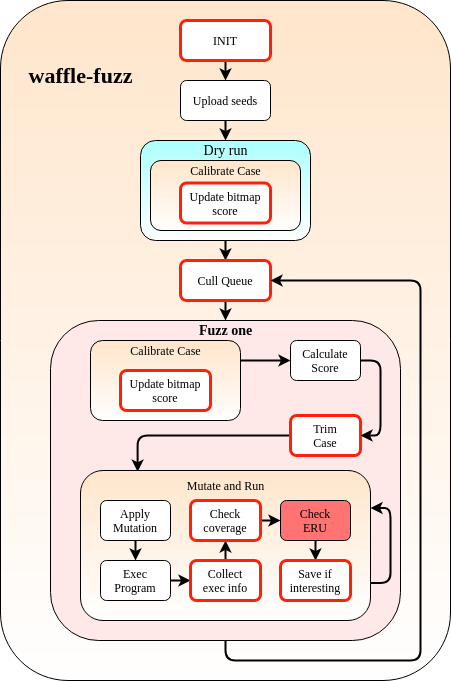
Before: Images/Chapter3/waffle-fuzz-proc.png, a diagram exported from draw.io (behnamarbab/masterthesis). Source tidied: cells renumbered, new cells last; positions are measured from the earlier drawing's top-left corner, leaving out a move shared by most shapes.
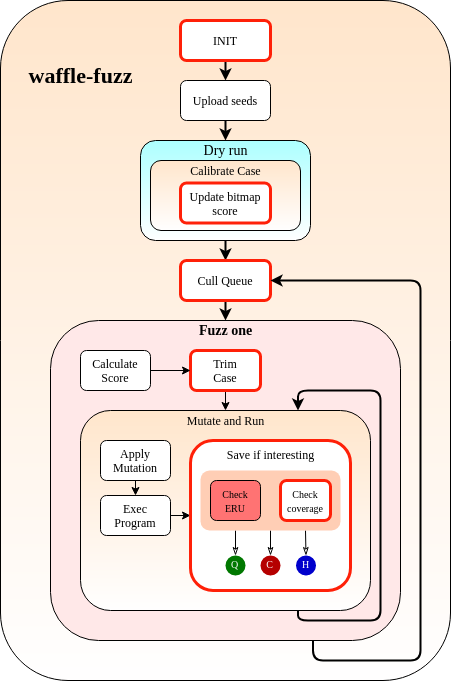
After the change.

The edit, as a diff of the source:
```diff
@@ -29,10 +29,10 @@
     <mxCell id="10" value="Cull Queue" style="rounded=1;whiteSpace=wrap;html=1;fontFamily=Georgia;strokeColor=#FF2008;strokeWidth=3;glass=0;sketch=0;shadow=0;" parent="1" vertex="1">
       <mxGeometry x="180" y="260" width="90" height="40" as="geometry" />
     </mxCell>
-    <mxCell id="11" style="edgeStyle=orthogonalEdgeStyle;jettySize=auto;html=1;exitX=0.5;exitY=1;exitDx=0;exitDy=0;entryX=1;entryY=0.5;entryDx=0;entryDy=0;rounded=1;strokeWidth=2;" parent="1" edge="1" source="12" target="10">
+    <mxCell id="11" style="edgeStyle=orthogonalEdgeStyle;jettySize=auto;html=1;exitX=0.75;exitY=1;exitDx=0;exitDy=0;entryX=1;entryY=0.5;entryDx=0;entryDy=0;rounded=1;strokeWidth=2;" parent="1" edge="1" source="12" target="10">
       <mxGeometry relative="1" as="geometry">
         <Array as="points">
-          <mxPoint x="225" y="660" />
+          <mxPoint x="313" y="660" />
           <mxPoint x="420" y="660" />
           <mxPoint x="420" y="280" />
         </Array>
@@ -41,64 +41,36 @@
     <mxCell id="12" style="rounded=1;whiteSpace=wrap;html=1;fontFamily=Georgia;fillColor=#FFE8E8;" parent="1" vertex="1">
       <mxGeometry x="50" y="320" width="350" height="320" as="geometry" />
     </mxCell>
-    <mxCell id="13" style="edgeStyle=orthogonalEdgeStyle;rounded=1;jettySize=auto;html=1;exitX=1;exitY=0.25;exitDx=0;exitDy=0;entryX=0;entryY=0.5;entryDx=0;entryDy=0;strokeWidth=2;" parent="1" edge="1" source="14" target="18">
-      <mxGeometry relative="1" as="geometry" />
-    </mxCell>
-    <mxCell id="14" style="rounded=1;whiteSpace=wrap;html=1;fontFamily=Georgia;fillColor=#FFE6CC;gradientColor=#ffffff;" parent="1" vertex="1">
-      <mxGeometry x="90" y="340" width="150" height="80" as="geometry" />
-    </mxCell>
-    <mxCell id="15" style="edgeStyle=orthogonalEdgeStyle;rounded=1;jettySize=auto;html=1;exitX=0;exitY=0.5;exitDx=0;exitDy=0;strokeWidth=2;entryX=0.197;entryY=0.008;entryDx=0;entryDy=0;entryPerimeter=0;" parent="1" edge="1" source="16" target="19">
-      <mxGeometry relative="1" as="geometry">
-        <Array as="points">
-          <mxPoint x="137" y="435" />
-        </Array>
-      </mxGeometry>
+    <mxCell id="15" style="edgeStyle=orthogonalEdgeStyle;rounded=1;jettySize=auto;html=1;exitX=0.5;exitY=1;exitDx=0;exitDy=0;entryX=0.5;entryY=0;entryDx=0;entryDy=0;fontFamily=Georgia;fontSize=14;fontColor=#FFFFFF;endArrow=classic;endFill=1;startSize=6;strokeWidth=1;" parent="1" edge="1" source="16" target="19">
+      <mxGeometry relative="1" as="geometry" />
     </mxCell>
     <mxCell id="16" value="Trim&lt;br&gt;Case" style="rounded=1;whiteSpace=wrap;html=1;fontFamily=Georgia;strokeColor=#FF2008;strokeWidth=3;" parent="1" vertex="1">
-      <mxGeometry x="290" y="415" width="70" height="40" as="geometry" />
+      <mxGeometry x="190" y="350" width="70" height="40" as="geometry" />
     </mxCell>
-    <mxCell id="17" style="edgeStyle=orthogonalEdgeStyle;rounded=1;jettySize=auto;html=1;exitX=1;exitY=0.5;exitDx=0;exitDy=0;entryX=1;entryY=0.5;entryDx=0;entryDy=0;strokeWidth=2;" parent="1" edge="1" source="18" target="16">
+    <mxCell id="17" style="edgeStyle=orthogonalEdgeStyle;rounded=1;jettySize=auto;html=1;exitX=1;exitY=0.5;exitDx=0;exitDy=0;entryX=0;entryY=0.5;entryDx=0;entryDy=0;fontFamily=Georgia;fontSize=14;fontColor=#FFFFFF;endArrow=classic;endFill=1;startSize=6;strokeWidth=1;" parent="1" edge="1" source="18" target="16">
       <mxGeometry relative="1" as="geometry" />
     </mxCell>
     <mxCell id="18" value="Calculate&lt;br&gt;Score" style="rounded=1;whiteSpace=wrap;html=1;fontFamily=Georgia;" parent="1" vertex="1">
-      <mxGeometry x="290" y="340" width="70" height="40" as="geometry" />
+      <mxGeometry x="80" y="350" width="70" height="40" as="geometry" />
     </mxCell>
     <mxCell id="19" style="rounded=1;whiteSpace=wrap;html=1;fillColor=#FFE6CC;gradientColor=#ffffff;fontFamily=Georgia;" parent="1" vertex="1">
-      <mxGeometry x="80" y="470" width="290" height="150" as="geometry" />
+      <mxGeometry x="80" y="410" width="290" height="200" as="geometry" />
     </mxCell>
-    <mxCell id="20" style="edgeStyle=orthogonalEdgeStyle;rounded=0;jettySize=auto;html=1;exitX=0.5;exitY=1;exitDx=0;exitDy=0;entryX=0.5;entryY=0;entryDx=0;entryDy=0;strokeWidth=2;" parent="1" edge="1" source="21" target="23">
+    <mxCell id="20" style="edgeStyle=orthogonalEdgeStyle;rounded=1;jettySize=auto;html=1;exitX=0.5;exitY=1;exitDx=0;exitDy=0;entryX=0.5;entryY=0;entryDx=0;entryDy=0;fontFamily=Georgia;fontSize=14;fontColor=#FFFFFF;endArrow=classic;endFill=1;startSize=6;strokeWidth=1;" parent="1" edge="1" source="21" target="23">
       <mxGeometry relative="1" as="geometry" />
     </mxCell>
     <mxCell id="21" value="Apply&lt;br&gt;Mutation" style="rounded=1;whiteSpace=wrap;html=1;fontFamily=Georgia;" parent="1" vertex="1">
-      <mxGeometry x="100" y="500" width="70" height="40" as="geometry" />
+      <mxGeometry x="100" y="440" width="70" height="40" as="geometry" />
     </mxCell>
-    <mxCell id="22" style="edgeStyle=orthogonalEdgeStyle;rounded=0;jettySize=auto;html=1;exitX=1;exitY=0.5;exitDx=0;exitDy=0;entryX=0;entryY=0.5;entryDx=0;entryDy=0;strokeWidth=2;" parent="1" edge="1" source="23" target="25">
-      <mxGeometry relative="1" as="geometry" />
-    </mxCell>
+    <mxCell id="41" style="edgeStyle=orthogonalEdgeStyle;rounded=1;jettySize=auto;html=1;exitX=1;exitY=0.5;exitDx=0;exitDy=0;entryX=0;entryY=0.5;entryDx=0;entryDy=0;fontFamily=Georgia;fontSize=14;fontColor=#FFFFFF;endArrow=classic;endFill=1;startSize=6;strokeWidth=1;" parent="1" edge="1" source="23" target="28">
+      <mxGeometry relative="1" as="geometry" />
+    </mxCell>
     <mxCell id="23" value="Exec&lt;br&gt;Program" style="rounded=1;whiteSpace=wrap;html=1;fontFamily=Georgia;" parent="1" vertex="1">
-      <mxGeometry x="100" y="560" width="70" height="40" as="geometry" />
+      <mxGeometry x="100" y="495" width="70" height="40" as="geometry" />
     </mxCell>
-    <mxCell id="24" style="edgeStyle=orthogonalEdgeStyle;rounded=0;jettySize=auto;html=1;exitX=0.5;exitY=0;exitDx=0;exitDy=0;entryX=0.5;entryY=1;entryDx=0;entryDy=0;strokeWidth=2;" parent="1" edge="1" source="25" target="30">
-      <mxGeometry relative="1" as="geometry" />
-    </mxCell>
-    <mxCell id="25" value="Collect&lt;br&gt;exec info" style="rounded=1;whiteSpace=wrap;html=1;fontFamily=Georgia;strokeColor=#FF2008;strokeWidth=3;" parent="1" vertex="1">
-      <mxGeometry x="190" y="560" width="70" height="40" as="geometry" />
-    </mxCell>
-    <mxCell id="26" style="edgeStyle=orthogonalEdgeStyle;rounded=1;jettySize=auto;html=1;exitX=0.5;exitY=1;exitDx=0;exitDy=0;entryX=0.5;entryY=0;entryDx=0;entryDy=0;fontFamily=Georgia;fontSize=14;strokeWidth=2;" parent="1" edge="1" source="27" target="28">
-      <mxGeometry relative="1" as="geometry" />
-    </mxCell>
-    <mxCell id="27" value="Check&lt;br&gt;ERU" style="rounded=1;whiteSpace=wrap;html=1;fontFamily=Georgia;fillColor=#FF7373;" parent="1" vertex="1">
-      <mxGeometry x="280" y="500" width="70" height="40" as="geometry" />
-    </mxCell>
-    <mxCell id="28" value="Save if&lt;br&gt;interesting" style="rounded=1;whiteSpace=wrap;html=1;fontFamily=Georgia;strokeColor=#FF2008;strokeWidth=3;" parent="1" vertex="1">
-      <mxGeometry x="280" y="560" width="70" height="40" as="geometry" />
+    <mxCell id="28" style="rounded=1;whiteSpace=wrap;html=1;fontFamily=Georgia;strokeColor=#FF2008;strokeWidth=3;" parent="1" vertex="1">
+      <mxGeometry x="190" y="440" width="160" height="150" as="geometry" />
     </mxCell>
-    <mxCell id="29" style="edgeStyle=orthogonalEdgeStyle;rounded=1;jettySize=auto;html=1;exitX=1;exitY=0.5;exitDx=0;exitDy=0;entryX=0;entryY=0.5;entryDx=0;entryDy=0;fontFamily=Georgia;fontSize=14;strokeWidth=2;" parent="1" edge="1" source="30" target="27">
-      <mxGeometry relative="1" as="geometry" />
-    </mxCell>
-    <mxCell id="30" value="Check coverage" style="rounded=1;whiteSpace=wrap;html=1;fontFamily=Georgia;strokeColor=#FF2008;strokeWidth=3;" parent="1" vertex="1">
-      <mxGeometry x="190" y="500" width="70" height="40" as="geometry" />
-    </mxCell>
     <mxCell id="31" value="&lt;font style=&quot;line-height: 100% ; font-size: 22px&quot;&gt;waffle-fuzz&lt;/font&gt;" style="text;html=1;align=center;verticalAlign=middle;strokeColor=none;fontFamily=Georgia;strokeWidth=1;fontSize=16;fontStyle=1;rotation=0;" parent="1" vertex="1">
       <mxGeometry x="20" y="60" width="120" height="30" as="geometry" />
     </mxCell>
@@ -106,17 +78,8 @@
       <mxGeometry x="190" y="320" width="70" height="20" as="geometry" />
     </mxCell>
     <mxCell id="33" value="Mutate and Run" style="text;html=1;align=center;verticalAlign=middle;strokeColor=none;fontFamily=Georgia;" parent="1" vertex="1">
-      <mxGeometry x="180" y="475" width="90" height="20" as="geometry" />
+      <mxGeometry x="180" y="410" width="90" height="20" as="geometry" />
     </mxCell>
-    <mxCell id="34" value="Calibrate Case" style="text;html=1;align=center;verticalAlign=middle;strokeColor=none;fontFamily=Georgia;" parent="1" vertex="1">
-      <mxGeometry x="120" y="340" width="90" height="20" as="geometry" />
-    </mxCell>
-    <mxCell id="35" value="Update bitmap&lt;br&gt;score" style="rounded=1;whiteSpace=wrap;html=1;fontFamily=Georgia;strokeColor=#FF2008;strokeWidth=3;" parent="1" vertex="1">
-      <mxGeometry x="120" y="370" width="90" height="40" as="geometry" />
-    </mxCell>
-    <mxCell id="36" style="edgeStyle=orthogonalEdgeStyle;rounded=1;orthogonalLoop=1;jettySize=auto;html=1;exitX=1;exitY=0.75;exitDx=0;exitDy=0;entryX=1;entryY=0.25;entryDx=0;entryDy=0;fontSize=14;strokeWidth=2;" parent="1" edge="1" source="19" target="19">
-      <mxGeometry relative="1" as="geometry" />
-    </mxCell>
     <mxCell id="37" style="rounded=1;whiteSpace=wrap;html=1;fontFamily=Georgia;fillColor=#FFE6CC;gradientColor=#ffffff;" parent="1" vertex="1">
       <mxGeometry x="150" y="160" width="150" height="70" as="geometry" />
     </mxCell>
@@ -129,5 +92,63 @@
     <mxCell id="40" value="Dry run" style="text;html=1;align=center;verticalAlign=middle;points=[];strokeColor=none;fontSize=14;fontFamily=Georgia;" parent="1" vertex="1">
       <mxGeometry x="195" y="140" width="60" height="20" as="geometry" />
     </mxCell>
+    <mxCell id="42" style="edgeStyle=orthogonalEdgeStyle;rounded=1;jettySize=auto;html=1;exitX=0.25;exitY=1;exitDx=0;exitDy=0;entryX=0.5;entryY=0;entryDx=0;entryDy=0;fontFamily=Georgia;fontSize=14;fontColor=#FFFFFF;strokeWidth=1;startSize=6;endArrow=classicThin;endFill=0;" parent="1" edge="1" source="45" target="47">
+      <mxGeometry relative="1" as="geometry" />
+    </mxCell>
+    <mxCell id="43" style="edgeStyle=orthogonalEdgeStyle;rounded=1;jettySize=auto;html=1;exitX=0.5;exitY=1;exitDx=0;exitDy=0;entryX=0.5;entryY=0;entryDx=0;entryDy=0;fontFamily=Georgia;fontSize=14;fontColor=#FFFFFF;endArrow=classicThin;endFill=0;startSize=6;strokeWidth=1;" parent="1" edge="1" source="45" target="50">
+      <mxGeometry relative="1" as="geometry" />
+    </mxCell>
+    <mxCell id="44" style="edgeStyle=orthogonalEdgeStyle;rounded=1;jettySize=auto;html=1;exitX=0.75;exitY=1;exitDx=0;exitDy=0;entryX=0.5;entryY=0;entryDx=0;entryDy=0;fontFamily=Georgia;fontSize=14;fontColor=#FFFFFF;endArrow=classicThin;endFill=0;startSize=6;strokeWidth=1;" parent="1" edge="1" source="45" target="53">
+      <mxGeometry relative="1" as="geometry" />
+    </mxCell>
+    <mxCell id="45" style="rounded=1;whiteSpace=wrap;html=1;shadow=0;glass=0;labelBackgroundColor=none;sketch=0;fontFamily=Georgia;fontSize=14;fontColor=#FFFFFF;strokeWidth=1;gradientColor=none;strokeColor=none;fillColor=#FFCEB5;" parent="1" vertex="1">
+      <mxGeometry x="200" y="470" width="140" height="60" as="geometry" />
+    </mxCell>
+    <mxCell id="30" value="&lt;font style=&quot;line-height: 80% ; font-size: 10px&quot;&gt;Check coverage&lt;/font&gt;" style="rounded=1;whiteSpace=wrap;html=1;fontFamily=Georgia;strokeColor=#FF2008;strokeWidth=3;spacingTop=0;" parent="1" vertex="1">
+      <mxGeometry x="280" y="480" width="50" height="40" as="geometry" />
+    </mxCell>
+    <mxCell id="27" value="&lt;font style=&quot;font-size: 10px&quot;&gt;Check&lt;br&gt;ERU&lt;/font&gt;" style="rounded=1;whiteSpace=wrap;html=1;fontFamily=Georgia;fillColor=#FF7373;" parent="1" vertex="1">
+      <mxGeometry x="210" y="480" width="50" height="40" as="geometry" />
+    </mxCell>
+    <mxCell id="46" style="group;" parent="1" vertex="1">
+      <mxGeometry x="224" y="553" width="21" height="22" as="geometry" />
+    </mxCell>
+    <mxCell id="47" style="ellipse;whiteSpace=wrap;html=1;shadow=0;glass=0;labelBackgroundColor=none;sketch=0;fontFamily=Georgia;fontSize=14;fontColor=#FFFFFF;strokeWidth=1;gradientColor=none;strokeColor=none;fillColor=#007800;" parent="46" vertex="1">
+      <mxGeometry x="1" y="2" width="20" height="20" as="geometry" />
+    </mxCell>
+    <mxCell id="48" value="&lt;font size=&quot;1&quot;&gt;Q&lt;/font&gt;" style="text;html=1;align=center;verticalAlign=middle;strokeColor=none;fontSize=14;fontFamily=Georgia;fontColor=#FFFFFF;" parent="46" vertex="1">
+      <mxGeometry width="20" height="20" as="geometry" />
+    </mxCell>
+    <mxCell id="49" style="group;" parent="1" vertex="1">
+      <mxGeometry x="259" y="553" width="21" height="22" as="geometry" />
+    </mxCell>
+    <mxCell id="50" style="ellipse;whiteSpace=wrap;html=1;shadow=0;glass=0;labelBackgroundColor=none;sketch=0;fontFamily=Georgia;fontSize=14;fontColor=#FFFFFF;strokeWidth=1;gradientColor=none;strokeColor=none;fillColor=#B50000;" parent="49" vertex="1">
+      <mxGeometry x="1" y="2" width="20" height="20" as="geometry" />
+    </mxCell>
+    <mxCell id="51" value="&lt;font size=&quot;1&quot;&gt;C&lt;/font&gt;" style="text;html=1;align=center;verticalAlign=middle;strokeColor=none;fontSize=14;fontFamily=Georgia;fontColor=#FFFFFF;" parent="49" vertex="1">
+      <mxGeometry width="20" height="20" as="geometry" />
+    </mxCell>
+    <mxCell id="52" style="group;" parent="1" vertex="1">
+      <mxGeometry x="294.5" y="553" width="21" height="22" as="geometry" />
+    </mxCell>
+    <mxCell id="53" style="ellipse;whiteSpace=wrap;html=1;shadow=0;glass=0;labelBackgroundColor=none;sketch=0;fontFamily=Georgia;fontSize=14;fontColor=#FFFFFF;strokeWidth=1;gradientColor=none;strokeColor=none;fillColor=#0000CC;" parent="52" vertex="1">
+      <mxGeometry x="1" y="2" width="20" height="20" as="geometry" />
+    </mxCell>
+    <mxCell id="54" value="&lt;font size=&quot;1&quot;&gt;H&lt;/font&gt;" style="text;html=1;align=center;verticalAlign=middle;strokeColor=none;fontSize=14;fontFamily=Georgia;fontColor=#FFFFFF;" parent="52" vertex="1">
+      <mxGeometry width="20" height="20" as="geometry" />
+    </mxCell>
+    <mxCell id="55" value="&lt;font color=&quot;#000000&quot; style=&quot;font-size: 12px&quot;&gt;Save if interesting&lt;/font&gt;" style="text;html=1;align=center;verticalAlign=middle;strokeColor=none;fontSize=14;fontFamily=Georgia;fontColor=#FFFFFF;" parent="1" vertex="1">
+      <mxGeometry x="219.5" y="444" width="100" height="20" as="geometry" />
+    </mxCell>
+    <mxCell id="36" style="edgeStyle=orthogonalEdgeStyle;rounded=1;orthogonalLoop=1;jettySize=auto;html=1;exitX=0.75;exitY=1;exitDx=0;exitDy=0;entryX=0.75;entryY=0;entryDx=0;entryDy=0;fontFamily=Georgia;fontSize=14;fontColor=#FFFFFF;endArrow=classic;endFill=1;startSize=6;strokeWidth=2;" parent="1" edge="1" source="19" target="19">
+      <mxGeometry relative="1" as="geometry">
+        <Array as="points">
+          <mxPoint x="297" y="620" />
+          <mxPoint x="380" y="620" />
+          <mxPoint x="380" y="390" />
+          <mxPoint x="297" y="390" />
+        </Array>
+      </mxGeometry>
+    </mxCell>
   </root>
 </mxGraphModel>
```
